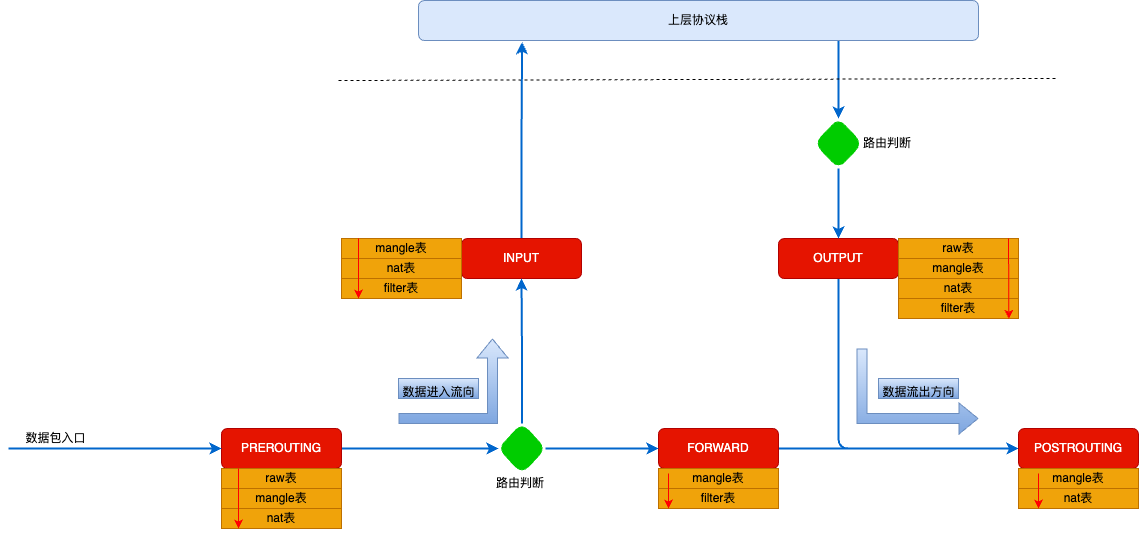
Before: diagrams/iptables-traffic-flow.drawio.png, a diagram exported from draw.io (kbsonlong/notes_statics). Source tidied: cells renumbered, new cells last; positions are measured from the earlier drawing's top-left corner, leaving out a move shared by most shapes.
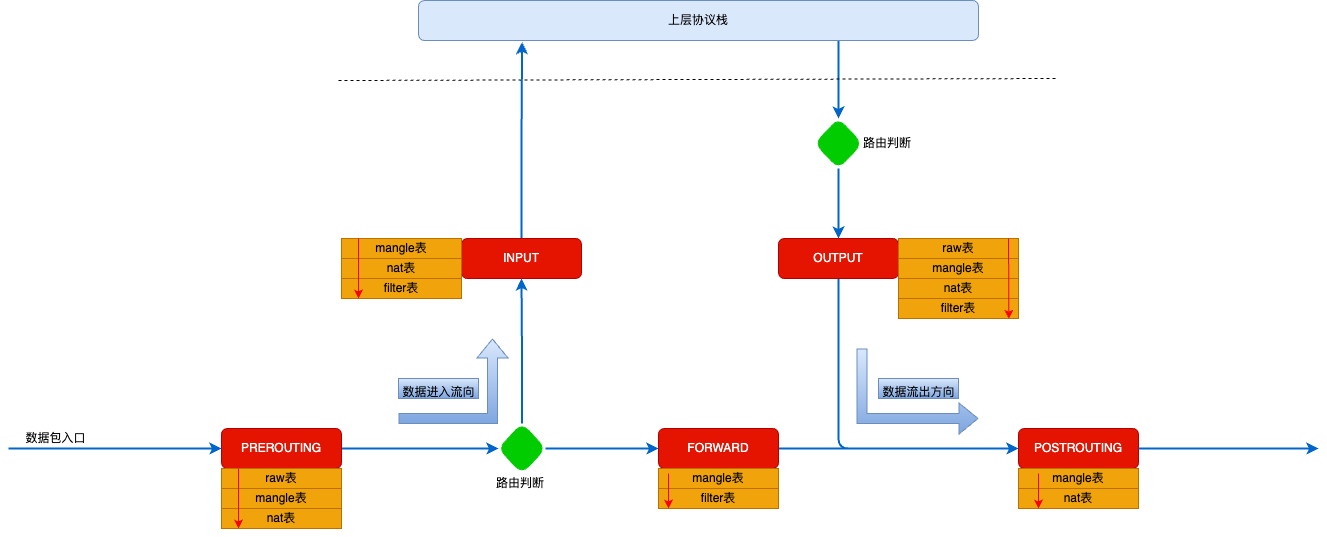
The same diagram one commit later.

The edit, as a diff of the source:
```diff
@@ -164,5 +164,10 @@
         <mxPoint x="1030" y="508" as="targetPoint" />
       </mxGeometry>
     </mxCell>
+    <mxCell id="46" style="endArrow=classic;html=1;rounded=1;strokeColor=#0066CC;strokeWidth=2;fontSize=10;fontColor=#000000;exitX=1;exitY=0.5;exitDx=0;exitDy=0;" parent="1" edge="1" source="25">
+      <mxGeometry relative="1" as="geometry">
+        <mxPoint x="1310" y="448" as="targetPoint" />
+      </mxGeometry>
+    </mxCell>
   </root>
 </mxGraphModel>
```
